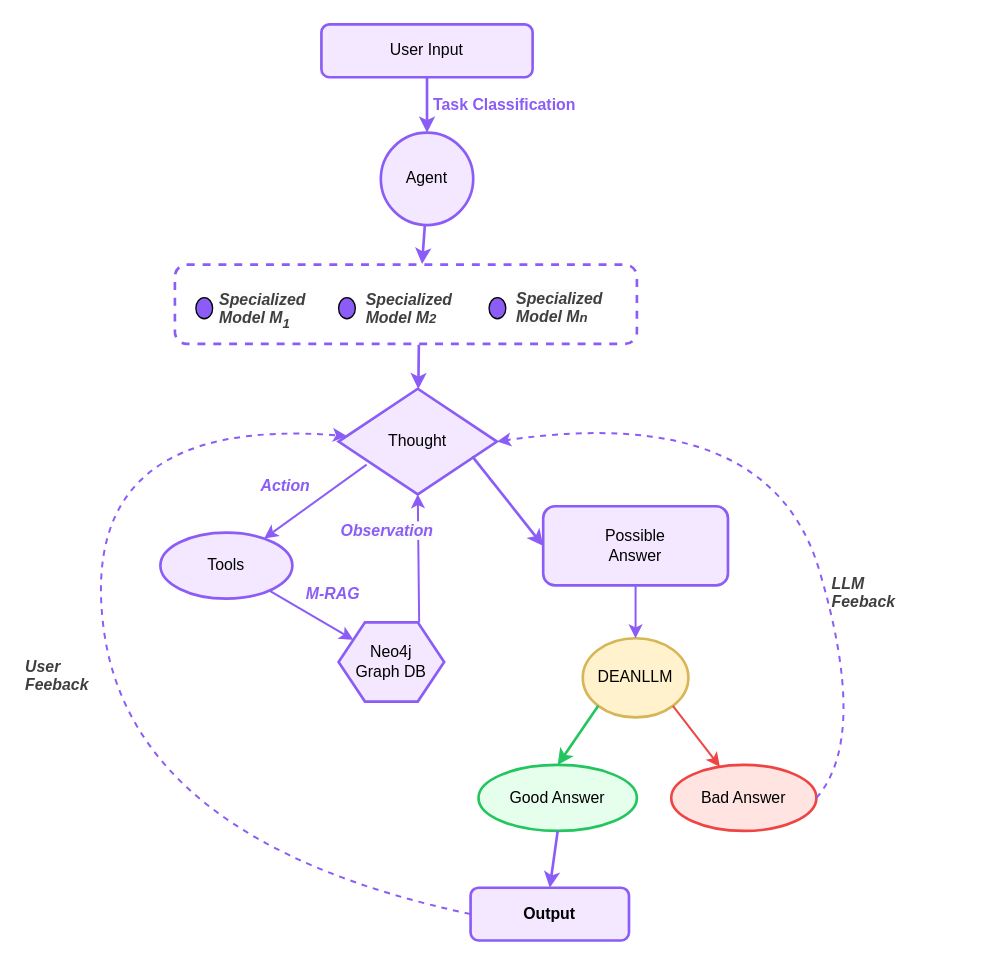
Earlier version of the draw.io diagram workflow.drawio (SALT-Lab-Human-AI/project-check-point-1-aidee). Source tidied: cells renumbered, new cells numbered last; positions are measured from the earlier drawing's top-left corner, leaving out a move shared by most shapes. Both pictures are drawn from the tidied source at 132%, with x=0, y=0 at pixel (22, 24).
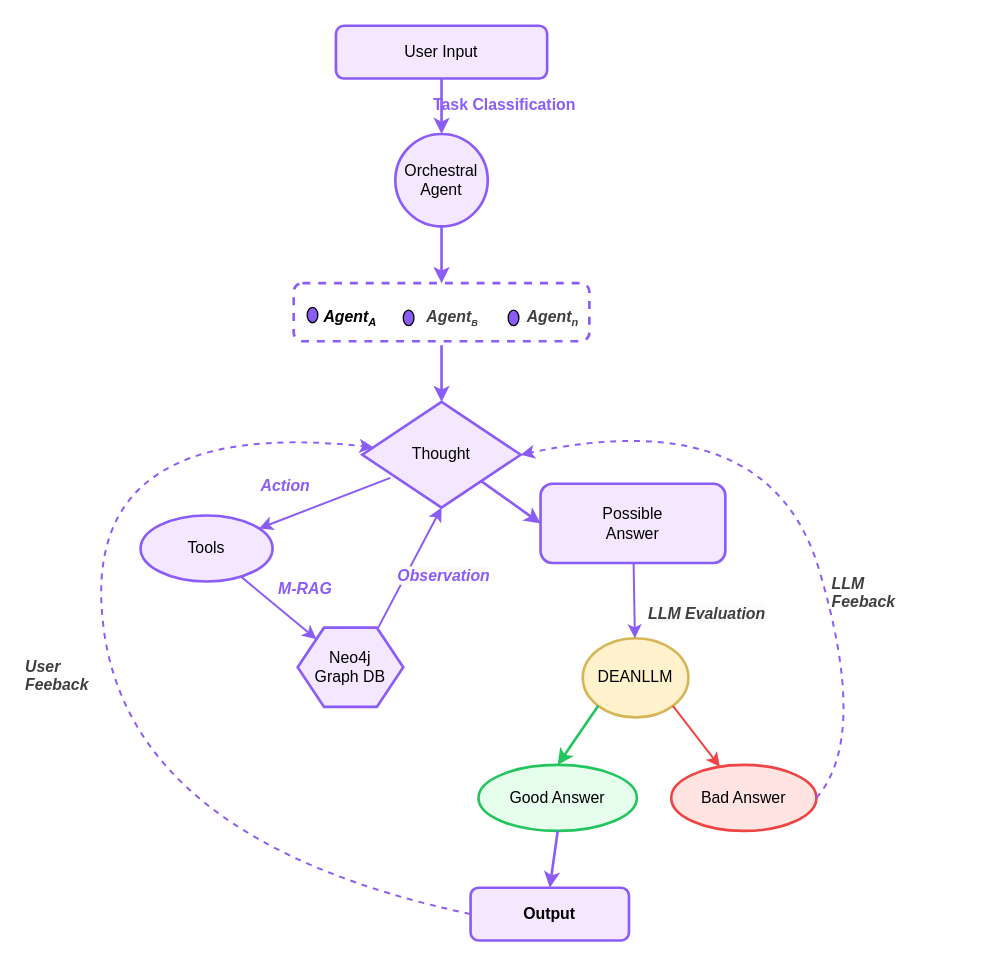
The same page after the edit.

Commit message (it also covers changes not shown here):
fix typos in the graph

The edit, as a diff of the source:
```diff
@@
     <mxCell id="2" value="User Input" style="rounded=1;whiteSpace=wrap;html=1;strokeWidth=2;fillColor=#F3E8FF;strokeColor=#8B5CF6;" parent="1" vertex="1">
-      <mxGeometry x="226" width="160" height="40" as="geometry" />
+      <mxGeometry x="237" y="1" width="160" height="40" as="geometry" />
     </mxCell>
@@
-    <mxCell id="4" value="Agent" style="ellipse;whiteSpace=wrap;html=1;strokeWidth=2;fillColor=#F3E8FF;strokeColor=#8B5CF6;" parent="1" vertex="1">
-      <mxGeometry x="271" y="82" width="70" height="70" as="geometry" />
+    <mxCell id="4" value="Orchestral Agent" style="ellipse;whiteSpace=wrap;html=1;strokeWidth=2;fillColor=#F3E8FF;strokeColor=#8B5CF6;" parent="1" vertex="1">
+      <mxGeometry x="282" y="83" width="70" height="70" as="geometry" />
     </mxCell>
     <mxCell id="5" style="group;rounded=1;whiteSpace=wrap;html=1;strokeWidth=2;fillColor=none;strokeColor=#8B5CF6;dashed=1;" parent="1" vertex="1">
-      <mxGeometry x="115" y="182" width="350" height="60" as="geometry" />
+      <mxGeometry x="205" y="196" width="224" height="44" as="geometry" />
     </mxCell>
     <mxCell id="6" style="ellipse;whiteSpace=wrap;html=1;strokeWidth=1;fillColor=#8B5CF6;" parent="5" vertex="1">
-      <mxGeometry x="15.9" y="25" width="12.7" height="16" as="geometry" />
+      <mxGeometry x="10.2" y="18.3" width="8.1" height="11.7" as="geometry" />
     </mxCell>
     <mxCell id="7" style="ellipse;whiteSpace=wrap;html=1;strokeWidth=1;fillColor=#8B5CF6;" parent="5" vertex="1">
-      <mxGeometry x="124" y="25" width="12.7" height="16" as="geometry" />
+      <mxGeometry x="83" y="20.5" width="8.1" height="11.7" as="geometry" />
     </mxCell>
     <mxCell id="8" style="ellipse;whiteSpace=wrap;html=1;strokeWidth=1;fillColor=#8B5CF6;" parent="5" vertex="1">
-      <mxGeometry x="238" y="25" width="12.7" height="16" as="geometry" />
+      <mxGeometry x="162.5" y="20.5" width="8.1" height="11.7" as="geometry" />
     </mxCell>
-    <mxCell id="9" value="&lt;span style=&quot;forced-color-adjust: none; color: rgb(139, 92, 246); scrollbar-color: rgb(226, 226, 226) rgb(251, 251, 251); font-family: Helvetica; font-size: 12px; font-variant-ligatures: normal; font-variant-caps: normal; font-weight: 400; letter-spacing: normal; orphans: 2; text-indent: 0px; text-transform: none; widows: 2; word-spacing: 0px; -webkit-text-stroke-width: 0px; white-space: normal; text-decoration-thickness: initial; text-decoration-style: initial; text-decoration-color: initial; font-style: italic; text-align: center; background-color: rgb(251, 251, 251); float: none; display: inline !important;&quot;&gt;&lt;b style=&quot;forced-color-adjust: none; color: rgb(63, 63, 63); scrollbar-color: rgb(226, 226, 226) rgb(251, 251, 251);&quot;&gt;Specialized Model M&lt;sub&gt;1&lt;/sub&gt;&lt;/b&gt;&lt;/span&gt;" style="text;whiteSpace=wrap;html=1;" parent="5" vertex="1">
-      <mxGeometry x="31.8" y="13" width="79.5" height="40" as="geometry" />
+    <mxCell id="9" value="&lt;div style=&quot;text-align: center;&quot;&gt;&lt;span style=&quot;background-color: transparent;&quot;&gt;&lt;b&gt;&lt;i&gt;Agent&lt;span style=&quot;font-size: 10px;&quot;&gt;&lt;sub&gt;A&lt;/sub&gt;&lt;/span&gt;&amp;nbsp;&lt;/i&gt;&lt;/b&gt;&lt;/span&gt;&lt;/div&gt;" style="text;whiteSpace=wrap;html=1;" parent="5" vertex="1">
+      <mxGeometry x="21.3" y="11.7" width="50.9" height="29.3" as="geometry" />
     </mxCell>
-    <mxCell id="10" value="&lt;b style=&quot;forced-color-adjust: none; color: rgb(63, 63, 63); scrollbar-color: rgb(226, 226, 226) rgb(251, 251, 251); font-family: Helvetica; font-size: 12px; font-style: italic; font-variant-ligatures: normal; font-variant-caps: normal; letter-spacing: normal; orphans: 2; text-align: center; text-indent: 0px; text-transform: none; widows: 2; word-spacing: 0px; -webkit-text-stroke-width: 0px; white-space: normal; text-decoration-thickness: initial; text-decoration-style: initial; text-decoration-color: initial;&quot;&gt;Specialized Model M&lt;/b&gt;&lt;b style=&quot;forced-color-adjust: none; color: rgb(63, 63, 63); scrollbar-color: rgb(226, 226, 226) rgb(251, 251, 251); font-family: Helvetica; font-style: italic; font-variant-ligatures: normal; font-variant-caps: normal; letter-spacing: normal; orphans: 2; text-align: center; text-indent: 0px; text-transform: none; widows: 2; word-spacing: 0px; -webkit-text-stroke-width: 0px; white-space: normal; text-decoration-thickness: initial; text-decoration-style: initial; text-decoration-color: initial; font-size: 10px;&quot;&gt;2&lt;/b&gt;" style="text;whiteSpace=wrap;html=1;" parent="5" vertex="1">
-      <mxGeometry x="143.2" y="13" width="59.7" height="40" as="geometry" />
+    <mxCell id="10" value="&lt;b style=&quot;color: rgb(63, 63, 63); scrollbar-color: rgb(226, 226, 226) rgb(251, 251, 251); text-align: center;&quot;&gt;&lt;i style=&quot;color: rgb(63, 63, 63); scrollbar-color: rgb(226, 226, 226) rgb(251, 251, 251);&quot;&gt;Agent&lt;span style=&quot;font-size: 8.33333px;&quot;&gt;&lt;sub&gt;B&lt;/sub&gt;&lt;/span&gt;&lt;/i&gt;&lt;/b&gt;" style="text;whiteSpace=wrap;html=1;" parent="5" vertex="1">
+      <mxGeometry x="99" y="11.7" width="38.2" height="29.1" as="geometry" />
     </mxCell>
-    <mxCell id="11" value="&lt;span&gt;&lt;b style=&quot;forced-color-adjust: none; color: light-dark(rgb(63, 63, 63), rgb(183, 183, 183)); scrollbar-color: rgb(226, 226, 226) rgb(251, 251, 251); font-family: Helvetica; font-size: 12px; font-variant-ligatures: normal; font-variant-caps: normal; letter-spacing: normal; orphans: 2; text-indent: 0px; text-transform: none; widows: 2; word-spacing: 0px; -webkit-text-stroke-width: 0px; white-space: normal; text-decoration-thickness: initial; text-decoration-style: initial; text-decoration-color: initial; font-style: italic; text-align: center; background-color: rgb(251, 251, 251);&quot;&gt;Specialized Model M&lt;/b&gt;&lt;b style=&quot;forced-color-adjust: none; color: light-dark(rgb(63, 63, 63), rgb(183, 183, 183)); scrollbar-color: rgb(226, 226, 226) rgb(251, 251, 251); font-family: Helvetica; font-variant-ligatures: normal; font-variant-caps: normal; letter-spacing: normal; orphans: 2; text-indent: 0px; text-transform: none; widows: 2; word-spacing: 0px; -webkit-text-stroke-width: 0px; white-space: normal; text-decoration-thickness: initial; text-decoration-style: initial; text-decoration-color: initial; font-style: italic; text-align: center; font-size: 10px; background-color: rgb(251, 251, 251);&quot;&gt;n&lt;/b&gt;&lt;/span&gt;" style="text;whiteSpace=wrap;html=1;" parent="5" vertex="1">
-      <mxGeometry x="257" y="12" width="64.6" height="36" as="geometry" />
+    <mxCell id="11" value="&lt;b style=&quot;color: rgb(63, 63, 63); scrollbar-color: rgb(226, 226, 226) rgb(251, 251, 251); text-align: center;&quot;&gt;&lt;i style=&quot;color: rgb(63, 63, 63); scrollbar-color: rgb(226, 226, 226) rgb(251, 251, 251);&quot;&gt;Agent&lt;span style=&quot;font-size: 10px;&quot;&gt;&lt;sub&gt;n&lt;/sub&gt;&lt;/span&gt;&lt;/i&gt;&lt;/b&gt;" style="text;whiteSpace=wrap;html=1;" parent="5" vertex="1">
+      <mxGeometry x="174.8" y="11.7" width="41.4" height="26.4" as="geometry" />
     </mxCell>
     <mxCell id="12" value="Thought" style="rhombus;whiteSpace=wrap;html=1;strokeWidth=2;fillColor=#F3E8FF;strokeColor=#8B5CF6;" parent="1" vertex="1">
-      <mxGeometry x="239" y="276" width="120" height="80" as="geometry" />
+      <mxGeometry x="257" y="286" width="120" height="80" as="geometry" />
     </mxCell>
@@
     <mxCell id="14" value="Tools" style="ellipse;whiteSpace=wrap;html=1;strokeWidth=2;fillColor=#F3E8FF;strokeColor=#8B5CF6;" parent="1" vertex="1">
-      <mxGeometry x="104" y="385" width="100" height="50" as="geometry" />
+      <mxGeometry x="89" y="372" width="100" height="50" as="geometry" />
     </mxCell>
     <mxCell id="15" value="Neo4j&#10;Graph DB" style="shape=hexagon;perimeter=hexagonPerimeter2;whiteSpace=wrap;html=1;fixedSize=1;strokeWidth=2;fillColor=#F3E8FF;strokeColor=#8B5CF6;" parent="1" vertex="1">
-      <mxGeometry x="239" y="453" width="80" height="60" as="geometry" />
+      <mxGeometry x="208" y="457" width="80" height="60" as="geometry" />
     </mxCell>
     <mxCell id="16" value="Possible&#10;Answer" style="rounded=1;whiteSpace=wrap;html=1;strokeWidth=2;fillColor=#F3E8FF;strokeColor=#8B5CF6;" parent="1" vertex="1">
-      <mxGeometry x="394" y="365" width="140" height="60" as="geometry" />
+      <mxGeometry x="392" y="348" width="140" height="60" as="geometry" />
     </mxCell>
@@
-    <mxCell id="22" style="endArrow=classic;strokeWidth=2;strokeColor=#8B5CF6;entryX=0.535;entryY=-0.008;entryDx=0;entryDy=0;entryPerimeter=0;" parent="1" edge="1" source="4" target="5">
+    <mxCell id="22" style="endArrow=classic;strokeWidth=2;strokeColor=#8B5CF6;entryX=0.5;entryY=0;entryDx=0;entryDy=0;" parent="1" edge="1" source="4" target="5">
       <mxGeometry relative="1" as="geometry" />
     </mxCell>
-    <mxCell id="23" style="endArrow=classic;strokeWidth=2;strokeColor=#8B5CF6;exitX=0.528;exitY=1.012;exitDx=0;exitDy=0;exitPerimeter=0;" parent="1" edge="1" source="5" target="12">
-      <mxGeometry relative="1" as="geometry" />
+    <mxCell id="23" style="endArrow=classic;strokeWidth=2;strokeColor=#8B5CF6;" parent="1" edge="1" target="12">
+      <mxGeometry relative="1" as="geometry">
+        <mxPoint x="317" y="243" as="sourcePoint" />
+      </mxGeometry>
     </mxCell>
@@
     <mxCell id="29" value="&lt;b&gt;M-RAG&lt;/b&gt;" style="text;html=1;strokeColor=none;fillColor=none;align=center;verticalAlign=middle;whiteSpace=wrap;rounded=0;fontColor=#8B5CF6;fontStyle=2;" parent="1" vertex="1">
-      <mxGeometry x="210" y="422" width="50" height="20" as="geometry" />
+      <mxGeometry x="189" y="418" width="50" height="20" as="geometry" />
     </mxCell>
@@
     <mxCell id="31" value="&lt;span style=&quot;color: rgb(139, 92, 246); font-family: Helvetica; font-size: 12px; font-style: italic; font-variant-ligatures: normal; font-variant-caps: normal; letter-spacing: normal; orphans: 2; text-align: center; text-indent: 0px; text-transform: none; widows: 2; word-spacing: 0px; -webkit-text-stroke-width: 0px; white-space: normal; background-color: rgb(251, 251, 251); text-decoration-thickness: initial; text-decoration-style: initial; text-decoration-color: initial; float: none; display: inline !important;&quot;&gt;&lt;b&gt;Observation&lt;/b&gt;&lt;/span&gt;&lt;div&gt;&lt;span style=&quot;color: rgb(139, 92, 246); font-family: Helvetica; font-size: 12px; font-style: italic; font-variant-ligatures: normal; font-variant-caps: normal; font-weight: 400; letter-spacing: normal; orphans: 2; text-align: center; text-indent: 0px; text-transform: none; widows: 2; word-spacing: 0px; -webkit-text-stroke-width: 0px; white-space: normal; background-color: rgb(251, 251, 251); text-decoration-thickness: initial; text-decoration-style: initial; text-decoration-color: initial; float: none; display: inline !important;&quot;&gt;&lt;br&gt;&lt;/span&gt;&lt;/div&gt;" style="text;whiteSpace=wrap;html=1;" parent="1" vertex="1">
-      <mxGeometry x="239" y="370" width="70" height="40" as="geometry" />
+      <mxGeometry x="282" y="404" width="70" height="40" as="geometry" />
     </mxCell>
-    <mxCell id="32" style="endArrow=classic;strokeWidth=2;strokeColor=#8B5CF6;exitX=0.844;exitY=0.641;exitDx=0;exitDy=0;entryX=0;entryY=0.5;entryDx=0;entryDy=0;exitPerimeter=0;" parent="1" edge="1" source="12" target="16">
+    <mxCell id="32" style="endArrow=classic;strokeWidth=2;strokeColor=#8B5CF6;exitX=1;exitY=1;exitDx=0;exitDy=0;entryX=0;entryY=0.5;entryDx=0;entryDy=0;" parent="1" edge="1" source="12" target="16">
       <mxGeometry relative="1" as="geometry" />
     </mxCell>
@@
+    <mxCell id="38" value="&lt;span style=&quot;forced-color-adjust: none; color: rgb(139, 92, 246); scrollbar-color: rgb(226, 226, 226) rgb(251, 251, 251); font-family: Helvetica; font-size: 12px; font-variant-ligatures: normal; font-variant-caps: normal; font-weight: 400; letter-spacing: normal; orphans: 2; text-indent: 0px; text-transform: none; widows: 2; word-spacing: 0px; -webkit-text-stroke-width: 0px; white-space: normal; text-decoration-thickness: initial; text-decoration-style: initial; text-decoration-color: initial; font-style: italic; text-align: center; background-color: rgb(251, 251, 251); float: none; display: inline !important;&quot;&gt;&lt;b style=&quot;forced-color-adjust: none; color: rgb(63, 63, 63); scrollbar-color: rgb(226, 226, 226) rgb(251, 251, 251);&quot;&gt;LLM Evaluation&lt;/b&gt;&lt;/span&gt;" style="text;whiteSpace=wrap;html=1;" parent="1" vertex="1">
+      <mxGeometry x="472" y="433" width="98" height="36" as="geometry" />
+    </mxCell>
```
